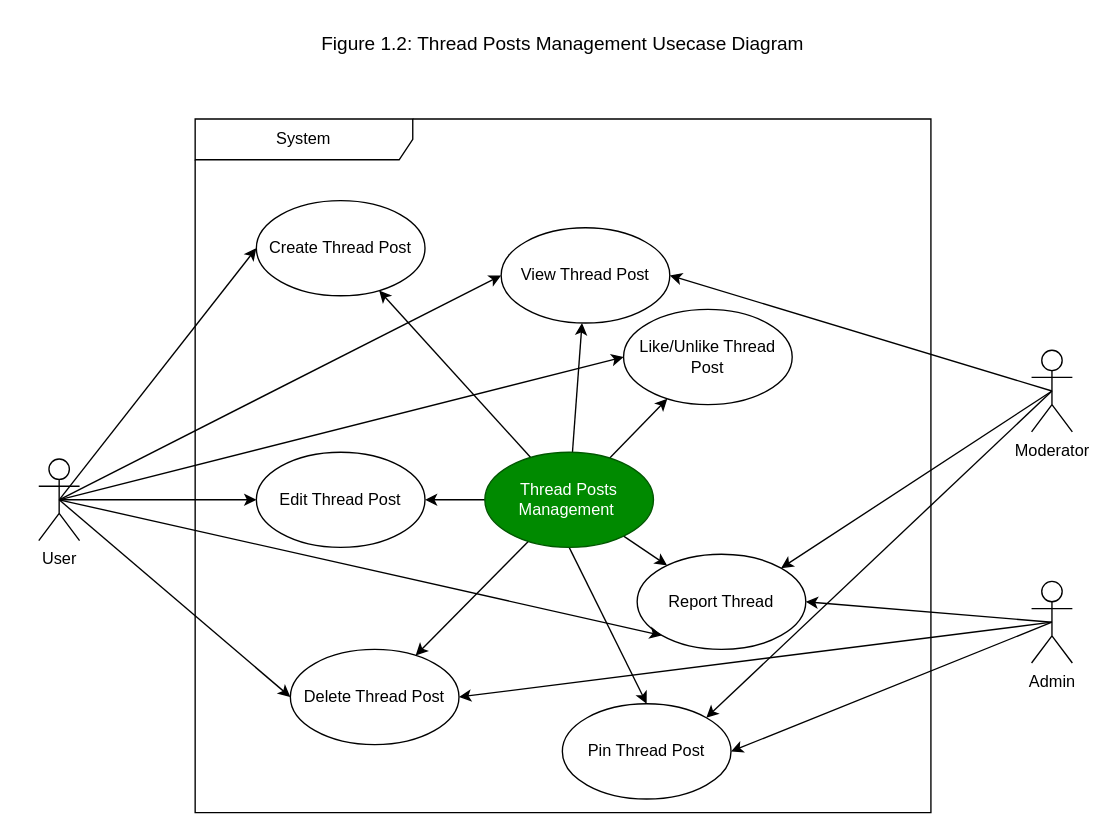
This is page "Figure1.2" (3 of 7) of diagrams/stream_usecase.drawio from christiangarcia0311/snsu-community-forum-app, a draw.io file, before an edit. Source tidied: cells renumbered, new cells numbered last; positions are measured from the earlier drawing's top-left corner, leaving out a move shared by most shapes. Both pictures are drawn from the tidied source at 136%, with x=0, y=0 at pixel (38, 23).
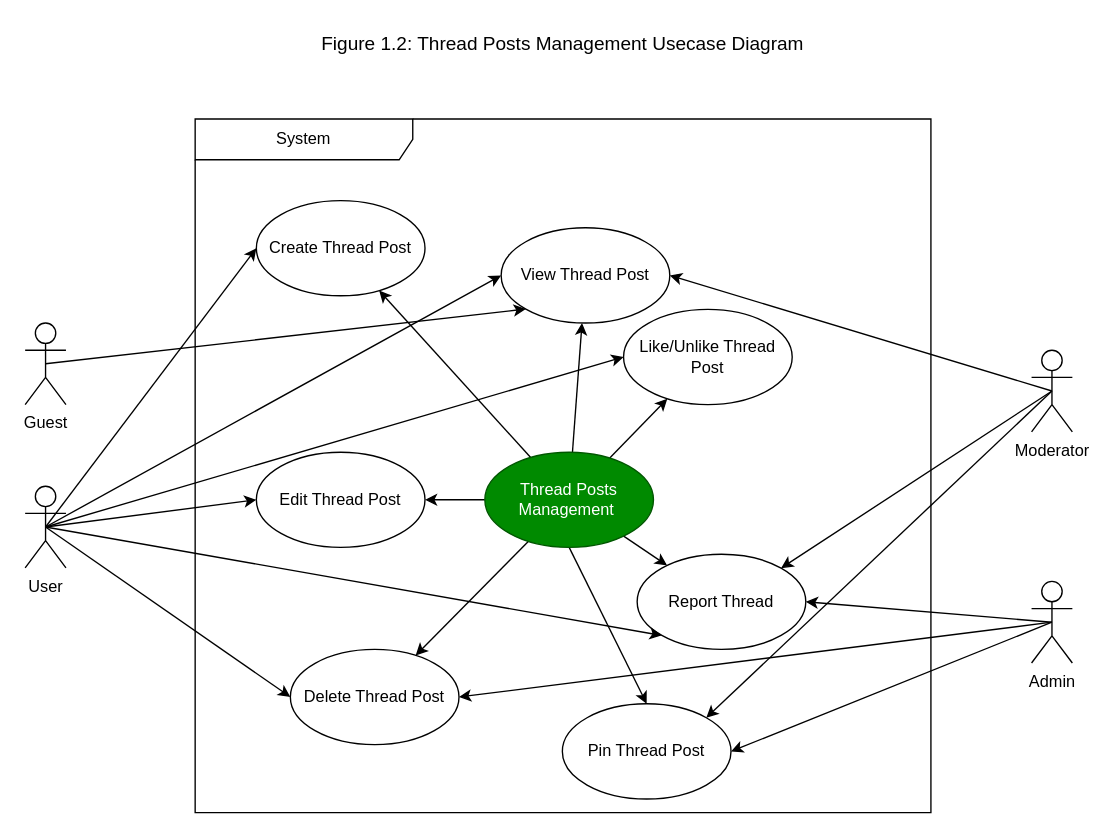
Above is the later version.

The change refers to these unchanged cells:
```xml
<mxCell id="11" value="View Thread Post" style="ellipse;html=1;whiteSpace=wrap;" parent="2" vertex="1">
  <mxGeometry x="225" y="80" width="124" height="70" as="geometry" />
</mxCell>
```

Change to the diagram source:
```diff
@@
     <mxCell id="24" value="User" style="shape=umlActor;verticalLabelPosition=bottom;verticalAlign=top;html=1;" parent="1" vertex="1">
-      <mxGeometry y="320" width="30" height="60" as="geometry" />
+      <mxGeometry x="-10" y="340" width="30" height="60" as="geometry" />
     </mxCell>
@@
+    <mxCell id="34" style="rounded=0;jettySize=auto;html=1;exitX=0.5;exitY=0.5;exitDx=0;exitDy=0;exitPerimeter=0;entryX=0;entryY=1;entryDx=0;entryDy=0;" parent="1" edge="1" source="35" target="11">
+      <mxGeometry relative="1" as="geometry" />
+    </mxCell>
+    <mxCell id="35" value="Guest" style="shape=umlActor;verticalLabelPosition=bottom;verticalAlign=top;html=1;" parent="1" vertex="1">
+      <mxGeometry x="-10" y="220" width="30" height="60" as="geometry" />
+    </mxCell>
```
